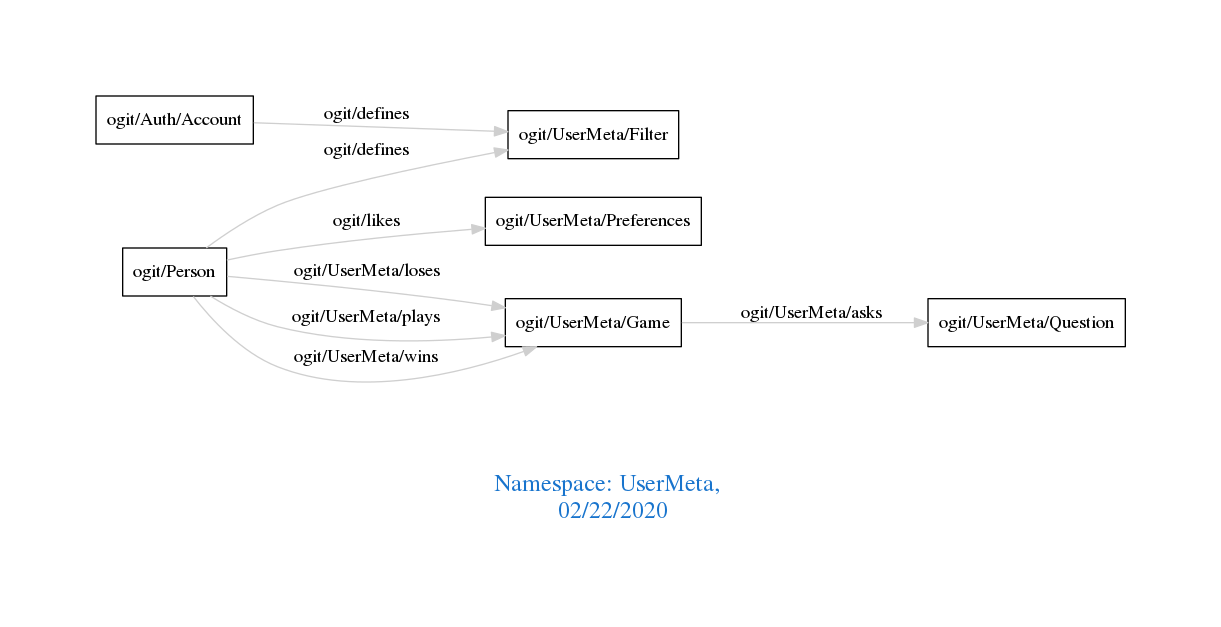
Before: downloads/UserMeta.png, a diagram exported from Graphviz (arago/OGIT). Its source is kept beside it as downloads/UserMeta.dot.
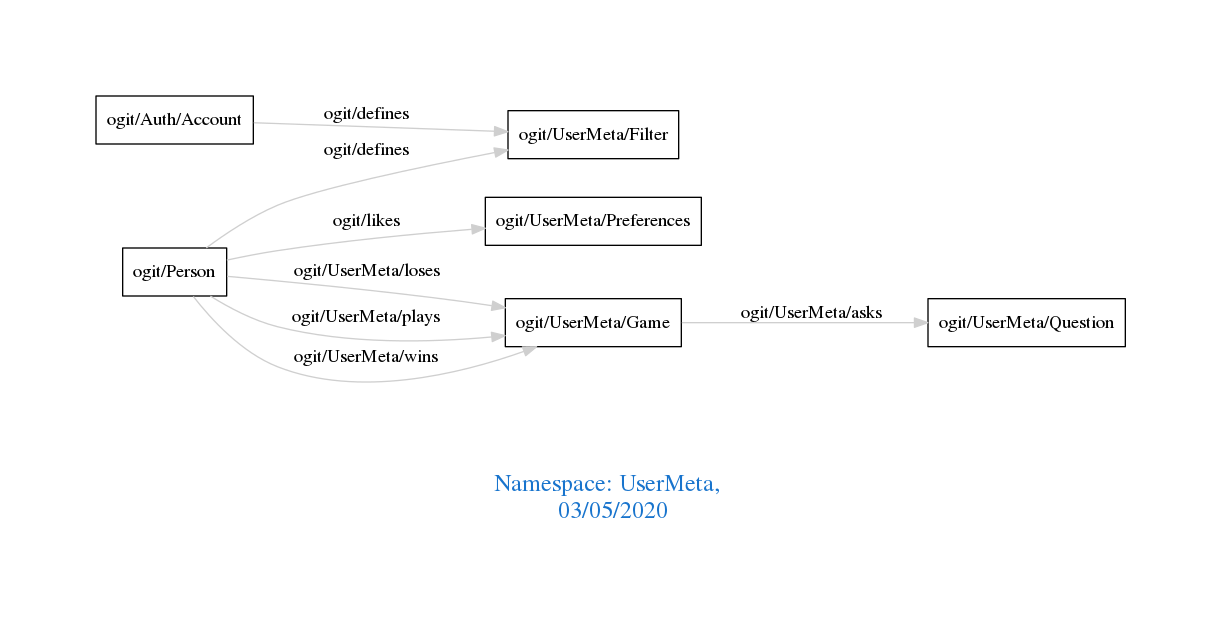
Later version of the same file.

The edit, as a diff of the source:
```diff
@@ -1,7 +1,7 @@
 digraph OGIT_ontology {
  graph [ rankdir= LR,pad=1
 fontsize = 18,
-fontcolor= dodgerblue3,label = "\n\n\nNamespace: UserMeta, \n 02/22/2020"];
+fontcolor= dodgerblue3,label = "\n\n\nNamespace: UserMeta, \n 03/05/2020"];
 node[shape=polygon];
 edge [  color="gray81"];
 
```
